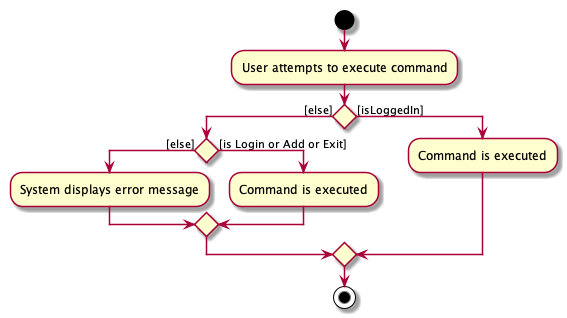
Before: docs/images/AccessActivityDiagram.png, a diagram exported from PlantUML (nus-cs2103-AY1920S1/addressbook-level3). Source of this version:
```plantuml
@startuml
start
:User attempts to execute command;


if () then ([else])
    if () then ([else])
    :System displays error message;
    else ([is Login or Add or Exit])
    :Command is executed;
    endif
else ([isLoggedIn])
:Command is executed;
endif
stop
@enduml
```
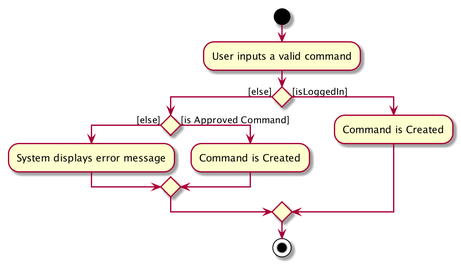
Later version of the same file.

Commit message:
Updated Access Activity Diagram

Diff of the diagram source:
```diff
@@ -1,16 +1,16 @@
 @startuml
 start
-:User attempts to execute command;
+:User inputs a valid command;
 
 
 if () then ([else])
     if () then ([else])
     :System displays error message;
-    else ([is Login or Add or Exit])
-    :Command is executed;
+    else ([is Approved Command])
+    :Command is Created;
     endif
 else ([isLoggedIn])
-:Command is executed;
+:Command is Created;
 endif
 stop
 @enduml
```
